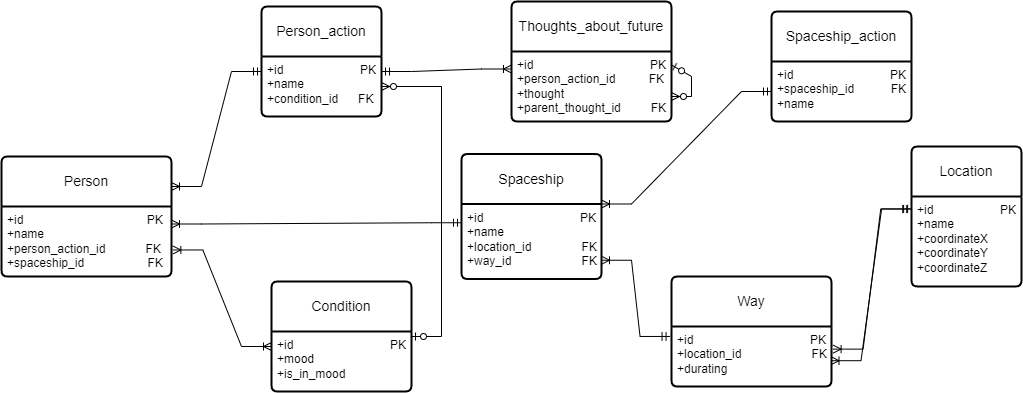
EgorovaVarvara/ITMO keeps this draw.io diagram as DataBases/lab1/InfologicDiagram.drawio.png. Above is the earlier version. Source tidied: cells renumbered, new cells last; positions are measured from the earlier drawing's top-left corner, leaving out a move shared by most shapes. The source it was exported from:
```xml
<mxGraphModel>
  <root>
    <mxCell id="0" />
    <mxCell id="1" parent="0" />
    <mxCell id="2" value="Person" style="swimlane;horizontal=1;startSize=50;rounded=1;fontSize=14;fontStyle=0;strokeWidth=2;shadow=0;dashed=0;align=center;arcSize=4;whiteSpace=wrap;html=1;" parent="1" vertex="1">
      <mxGeometry y="155" width="170" height="120" as="geometry" />
    </mxCell>
    <mxCell id="3" value="+id&amp;nbsp; &amp;nbsp; &amp;nbsp; &amp;nbsp; &amp;nbsp; &amp;nbsp; &amp;nbsp; &amp;nbsp; &amp;nbsp; &amp;nbsp; &amp;nbsp; &amp;nbsp; &amp;nbsp; &amp;nbsp; &amp;nbsp; &amp;nbsp; &amp;nbsp; &amp;nbsp; &amp;nbsp;PK&lt;br&gt;+name&lt;br&gt;+person_action_id&amp;nbsp; &amp;nbsp; &amp;nbsp; &amp;nbsp; &amp;nbsp; &amp;nbsp; FK&lt;br&gt;+spaceship_id&amp;nbsp; &amp;nbsp; &amp;nbsp; &amp;nbsp; &amp;nbsp; &amp;nbsp; &amp;nbsp; &amp;nbsp; &amp;nbsp; &amp;nbsp;FK" style="align=left;strokeColor=none;fillColor=none;spacingLeft=4;fontSize=12;verticalAlign=top;html=1;" parent="2" vertex="1">
      <mxGeometry y="50" width="170" height="70" as="geometry" />
    </mxCell>
    <mxCell id="4" style="edgeStyle=orthogonalEdgeStyle;rounded=0;orthogonalLoop=1;jettySize=auto;html=1;exitX=0.5;exitY=1;exitDx=0;exitDy=0;" parent="2" edge="1" source="3" target="3">
      <mxGeometry relative="1" as="geometry" />
    </mxCell>
    <mxCell id="5" value="Person_action" style="swimlane;horizontal=1;startSize=50;rounded=1;fontSize=14;fontStyle=0;strokeWidth=2;shadow=0;dashed=0;align=center;arcSize=4;whiteSpace=wrap;html=1;" parent="1" vertex="1">
      <mxGeometry x="260" y="5" width="120" height="110" as="geometry" />
    </mxCell>
    <mxCell id="6" value="+id&amp;nbsp; &amp;nbsp; &amp;nbsp; &amp;nbsp; &amp;nbsp; &amp;nbsp; &amp;nbsp; &amp;nbsp; &amp;nbsp; &amp;nbsp; &amp;nbsp; &amp;nbsp;PK&lt;br&gt;+name&lt;br&gt;+condition_id&amp;nbsp; &amp;nbsp; &amp;nbsp; FK&amp;nbsp; &amp;nbsp;" style="align=left;strokeColor=none;fillColor=none;spacingLeft=4;fontSize=12;verticalAlign=top;html=1;" parent="5" vertex="1">
      <mxGeometry y="50" width="120" height="60" as="geometry" />
    </mxCell>
    <mxCell id="7" value="Condition" style="swimlane;horizontal=1;startSize=50;rounded=1;fontSize=14;fontStyle=0;strokeWidth=2;shadow=0;dashed=0;align=center;arcSize=4;whiteSpace=wrap;html=1;" parent="1" vertex="1">
      <mxGeometry x="270" y="280" width="140" height="110" as="geometry" />
    </mxCell>
    <mxCell id="8" value="+id&amp;nbsp; &amp;nbsp; &amp;nbsp; &amp;nbsp; &amp;nbsp; &amp;nbsp; &amp;nbsp; &amp;nbsp; &amp;nbsp; &amp;nbsp; &amp;nbsp; &amp;nbsp; &amp;nbsp; &amp;nbsp; &amp;nbsp;PK&lt;br&gt;+mood&lt;br&gt;+is_in_mood" style="align=left;strokeColor=none;fillColor=none;spacingLeft=4;fontSize=12;verticalAlign=top;html=1;" parent="7" vertex="1">
      <mxGeometry y="50" width="140" height="60" as="geometry" />
    </mxCell>
    <mxCell id="9" value="Location" style="swimlane;horizontal=1;startSize=50;rounded=1;fontSize=14;fontStyle=0;strokeWidth=2;shadow=0;dashed=0;align=center;arcSize=4;whiteSpace=wrap;html=1;" parent="1" vertex="1">
      <mxGeometry x="910" y="145" width="110" height="140" as="geometry" />
    </mxCell>
    <mxCell id="10" value="+id&amp;nbsp; &amp;nbsp; &amp;nbsp; &amp;nbsp; &amp;nbsp; &amp;nbsp; &amp;nbsp; &amp;nbsp; &amp;nbsp; &amp;nbsp; PK&lt;br&gt;+name&lt;br&gt;+coordinateX&lt;br&gt;+coordinateY&lt;br&gt;+coordinateZ" style="align=left;strokeColor=none;fillColor=none;spacingLeft=4;fontSize=12;verticalAlign=top;html=1;" parent="9" vertex="1">
      <mxGeometry y="50" width="110" height="90" as="geometry" />
    </mxCell>
    <mxCell id="11" value="Spaceship" style="swimlane;horizontal=1;startSize=50;rounded=1;fontSize=14;fontStyle=0;strokeWidth=2;shadow=0;dashed=0;align=center;arcSize=4;whiteSpace=wrap;html=1;" parent="1" vertex="1">
      <mxGeometry x="460" y="152.5" width="140" height="125" as="geometry" />
    </mxCell>
    <mxCell id="12" value="+id&amp;nbsp; &amp;nbsp; &amp;nbsp; &amp;nbsp; &amp;nbsp; &amp;nbsp; &amp;nbsp; &amp;nbsp; &amp;nbsp; &amp;nbsp; &amp;nbsp; &amp;nbsp; &amp;nbsp; &amp;nbsp; &amp;nbsp;PK&lt;br&gt;+name&lt;br&gt;+location_id&amp;nbsp; &amp;nbsp; &amp;nbsp; &amp;nbsp; &amp;nbsp; &amp;nbsp; &amp;nbsp; &amp;nbsp;FK&lt;br&gt;+way_id&amp;nbsp; &amp;nbsp; &amp;nbsp; &amp;nbsp; &amp;nbsp; &amp;nbsp; &amp;nbsp; &amp;nbsp; &amp;nbsp; &amp;nbsp; &amp;nbsp;FK" style="align=left;strokeColor=none;fillColor=none;spacingLeft=4;fontSize=12;verticalAlign=top;html=1;" parent="11" vertex="1">
      <mxGeometry y="50" width="140" height="75" as="geometry" />
    </mxCell>
    <mxCell id="13" value="Spaceship_action" style="swimlane;horizontal=1;startSize=50;rounded=1;fontSize=14;fontStyle=0;strokeWidth=2;shadow=0;dashed=0;align=center;arcSize=4;whiteSpace=wrap;html=1;" parent="1" vertex="1">
      <mxGeometry x="770" y="10" width="140" height="110" as="geometry" />
    </mxCell>
    <mxCell id="14" value="+id&amp;nbsp; &amp;nbsp; &amp;nbsp; &amp;nbsp; &amp;nbsp; &amp;nbsp; &amp;nbsp; &amp;nbsp; &amp;nbsp; &amp;nbsp; &amp;nbsp; &amp;nbsp; &amp;nbsp; &amp;nbsp; &amp;nbsp;PK&lt;br&gt;+spaceship_id&amp;nbsp; &amp;nbsp; &amp;nbsp; &amp;nbsp; &amp;nbsp; &amp;nbsp;FK&lt;br&gt;+name" style="align=left;strokeColor=none;fillColor=none;spacingLeft=4;fontSize=12;verticalAlign=top;html=1;" parent="13" vertex="1">
      <mxGeometry y="50" width="140" height="60" as="geometry" />
    </mxCell>
    <mxCell id="15" style="edgeStyle=orthogonalEdgeStyle;rounded=0;orthogonalLoop=1;jettySize=auto;html=1;exitX=0.5;exitY=1;exitDx=0;exitDy=0;" parent="13" edge="1" source="14" target="14">
      <mxGeometry relative="1" as="geometry" />
    </mxCell>
    <mxCell id="16" style="edgeStyle=entityRelationEdgeStyle;fontSize=12;html=1;endArrow=ERoneToMany;startArrow=ERmandOne;rounded=0;entryX=1;entryY=0.25;entryDx=0;entryDy=0;exitX=0;exitY=0.25;exitDx=0;exitDy=0;" parent="1" edge="1" source="6" target="2">
      <mxGeometry relative="1" as="geometry">
        <Array as="points">
          <mxPoint x="410" y="135" />
        </Array>
      </mxGeometry>
    </mxCell>
    <mxCell id="17" style="edgeStyle=entityRelationEdgeStyle;fontSize=12;html=1;endArrow=ERoneToMany;startArrow=ERoneToMany;rounded=0;entryX=0;entryY=0.25;entryDx=0;entryDy=0;exitX=1.008;exitY=0.621;exitDx=0;exitDy=0;exitPerimeter=0;" parent="1" edge="1" source="3" target="8">
      <mxGeometry relative="1" as="geometry">
        <Array as="points">
          <mxPoint x="370" y="385" />
        </Array>
      </mxGeometry>
    </mxCell>
    <mxCell id="18" style="edgeStyle=entityRelationEdgeStyle;fontSize=12;html=1;endArrow=ERoneToMany;startArrow=ERmandOne;rounded=0;entryX=1;entryY=0;entryDx=0;entryDy=0;exitX=0;exitY=0.5;exitDx=0;exitDy=0;" parent="1" edge="1" source="14" target="12">
      <mxGeometry relative="1" as="geometry">
        <Array as="points">
          <mxPoint x="938.4" y="234.1" />
          <mxPoint x="1010" y="330.6" />
          <mxPoint x="990" y="260.6" />
        </Array>
      </mxGeometry>
    </mxCell>
    <mxCell id="19" value="Thoughts_about_future" style="swimlane;horizontal=1;startSize=50;rounded=1;fontSize=14;fontStyle=0;strokeWidth=2;shadow=0;dashed=0;align=center;arcSize=4;whiteSpace=wrap;html=1;" parent="1" vertex="1">
      <mxGeometry x="510" width="160" height="120" as="geometry" />
    </mxCell>
    <mxCell id="20" value="+id&amp;nbsp; &amp;nbsp; &amp;nbsp; &amp;nbsp; &amp;nbsp; &amp;nbsp; &amp;nbsp; &amp;nbsp; &amp;nbsp; &amp;nbsp; &amp;nbsp; &amp;nbsp; &amp;nbsp; &amp;nbsp; &amp;nbsp; &amp;nbsp; &amp;nbsp; &amp;nbsp;PK&lt;br&gt;+person_action_id&amp;nbsp; &amp;nbsp; &amp;nbsp; &amp;nbsp; &amp;nbsp; FK&lt;br&gt;+thought&lt;br&gt;+parent_thought_id&amp;nbsp; &amp;nbsp; &amp;nbsp; &amp;nbsp; &amp;nbsp;FK" style="align=left;strokeColor=none;fillColor=none;spacingLeft=4;fontSize=12;verticalAlign=top;html=1;" parent="19" vertex="1">
      <mxGeometry y="50" width="160" height="70" as="geometry" />
    </mxCell>
    <mxCell id="21" style="edgeStyle=entityRelationEdgeStyle;fontSize=12;html=1;endArrow=ERzeroToMany;startArrow=ERzeroToOne;rounded=0;exitX=0.998;exitY=0.19;exitDx=0;exitDy=0;exitPerimeter=0;" parent="19" edge="1" source="20" target="20">
      <mxGeometry relative="1" as="geometry" />
    </mxCell>
    <mxCell id="22" style="edgeStyle=entityRelationEdgeStyle;fontSize=12;html=1;endArrow=ERoneToMany;startArrow=ERmandOne;rounded=0;entryX=0;entryY=0.25;entryDx=0;entryDy=0;exitX=1;exitY=0.25;exitDx=0;exitDy=0;" parent="1" edge="1" source="6" target="20">
      <mxGeometry relative="1" as="geometry" />
    </mxCell>
    <mxCell id="23" style="edgeStyle=entityRelationEdgeStyle;fontSize=12;html=1;endArrow=ERoneToMany;startArrow=ERmandOne;rounded=0;exitX=0;exitY=0.25;exitDx=0;exitDy=0;entryX=1;entryY=0.25;entryDx=0;entryDy=0;" parent="1" edge="1" source="12" target="3">
      <mxGeometry relative="1" as="geometry" />
    </mxCell>
    <mxCell id="24" style="edgeStyle=entityRelationEdgeStyle;fontSize=12;html=1;endArrow=ERzeroToMany;startArrow=ERzeroToOne;rounded=0;entryX=1;entryY=0.5;entryDx=0;entryDy=0;" parent="1" edge="1" source="7" target="6">
      <mxGeometry relative="1" as="geometry" />
    </mxCell>
    <mxCell id="25" value="Way" style="swimlane;horizontal=1;startSize=50;rounded=1;fontSize=14;fontStyle=0;strokeWidth=2;shadow=0;dashed=0;align=center;arcSize=4;whiteSpace=wrap;html=1;" parent="1" vertex="1">
      <mxGeometry x="670" y="275" width="160" height="110" as="geometry" />
    </mxCell>
    <mxCell id="26" value="+id&amp;nbsp; &amp;nbsp; &amp;nbsp; &amp;nbsp; &amp;nbsp; &amp;nbsp; &amp;nbsp; &amp;nbsp; &amp;nbsp; &amp;nbsp; &amp;nbsp; &amp;nbsp; &amp;nbsp; &amp;nbsp; &amp;nbsp; &amp;nbsp; &amp;nbsp; &amp;nbsp;PK&lt;br&gt;+location_id&amp;nbsp; &amp;nbsp; &amp;nbsp; &amp;nbsp; &amp;nbsp;&amp;nbsp;&amp;nbsp; &amp;nbsp; &amp;nbsp; &amp;nbsp; &amp;nbsp; &amp;nbsp;FK&lt;br&gt;+durating" style="align=left;strokeColor=none;fillColor=none;spacingLeft=4;fontSize=12;verticalAlign=top;html=1;" parent="25" vertex="1">
      <mxGeometry y="50" width="160" height="60" as="geometry" />
    </mxCell>
    <mxCell id="27" style="edgeStyle=entityRelationEdgeStyle;fontSize=12;html=1;endArrow=ERoneToMany;startArrow=ERmandOne;rounded=0;exitX=-0.009;exitY=0.166;exitDx=0;exitDy=0;exitPerimeter=0;entryX=1;entryY=0.75;entryDx=0;entryDy=0;" parent="1" edge="1" source="26" target="12">
      <mxGeometry relative="1" as="geometry" />
    </mxCell>
    <mxCell id="28" style="edgeStyle=entityRelationEdgeStyle;fontSize=12;html=1;endArrow=ERoneToMany;startArrow=ERmandOne;rounded=0;entryX=1.01;entryY=0.377;entryDx=0;entryDy=0;entryPerimeter=0;exitX=-0.007;exitY=0.14;exitDx=0;exitDy=0;exitPerimeter=0;" parent="1" edge="1" source="10" target="26">
      <mxGeometry relative="1" as="geometry" />
    </mxCell>
    <mxCell id="29" style="edgeStyle=entityRelationEdgeStyle;fontSize=12;html=1;endArrow=ERoneToMany;startArrow=ERmandOne;rounded=0;exitX=0.001;exitY=0.137;exitDx=0;exitDy=0;entryX=0.997;entryY=0.57;entryDx=0;entryDy=0;entryPerimeter=0;exitPerimeter=0;" parent="1" edge="1" source="10" target="26">
      <mxGeometry relative="1" as="geometry" />
    </mxCell>
  </root>
</mxGraphModel>
```
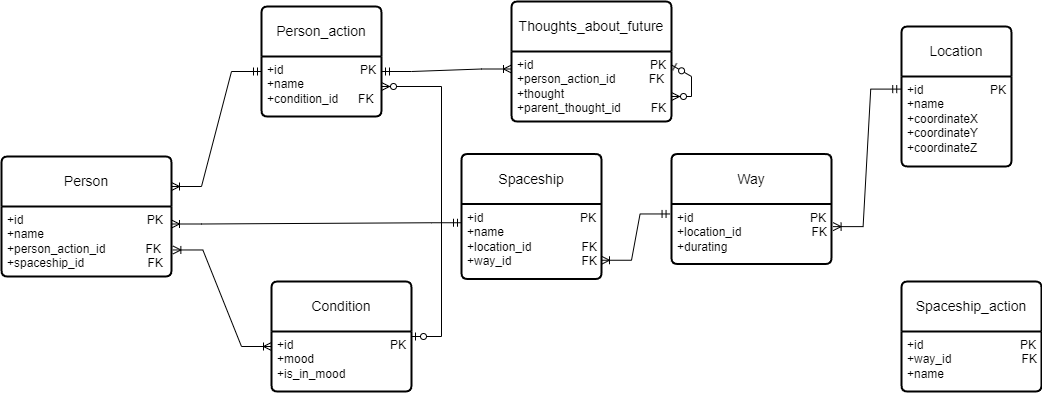
The same diagram one commit later.

Diff of the diagram source:
```diff
@@ -24,7 +24,7 @@
       <mxGeometry y="50" width="140" height="60" as="geometry" />
     </mxCell>
     <mxCell id="9" value="Location" style="swimlane;horizontal=1;startSize=50;rounded=1;fontSize=14;fontStyle=0;strokeWidth=2;shadow=0;dashed=0;align=center;arcSize=4;whiteSpace=wrap;html=1;" parent="1" vertex="1">
-      <mxGeometry x="910" y="145" width="110" height="140" as="geometry" />
+      <mxGeometry x="900" y="25" width="110" height="140" as="geometry" />
     </mxCell>
     <mxCell id="10" value="+id&amp;nbsp; &amp;nbsp; &amp;nbsp; &amp;nbsp; &amp;nbsp; &amp;nbsp; &amp;nbsp; &amp;nbsp; &amp;nbsp; &amp;nbsp; PK&lt;br&gt;+name&lt;br&gt;+coordinateX&lt;br&gt;+coordinateY&lt;br&gt;+coordinateZ" style="align=left;strokeColor=none;fillColor=none;spacingLeft=4;fontSize=12;verticalAlign=top;html=1;" parent="9" vertex="1">
       <mxGeometry y="50" width="110" height="90" as="geometry" />
@@ -36,9 +36,9 @@
       <mxGeometry y="50" width="140" height="75" as="geometry" />
     </mxCell>
     <mxCell id="13" value="Spaceship_action" style="swimlane;horizontal=1;startSize=50;rounded=1;fontSize=14;fontStyle=0;strokeWidth=2;shadow=0;dashed=0;align=center;arcSize=4;whiteSpace=wrap;html=1;" parent="1" vertex="1">
-      <mxGeometry x="770" y="10" width="140" height="110" as="geometry" />
+      <mxGeometry x="900" y="280" width="140" height="110" as="geometry" />
     </mxCell>
-    <mxCell id="14" value="+id&amp;nbsp; &amp;nbsp; &amp;nbsp; &amp;nbsp; &amp;nbsp; &amp;nbsp; &amp;nbsp; &amp;nbsp; &amp;nbsp; &amp;nbsp; &amp;nbsp; &amp;nbsp; &amp;nbsp; &amp;nbsp; &amp;nbsp;PK&lt;br&gt;+spaceship_id&amp;nbsp; &amp;nbsp; &amp;nbsp; &amp;nbsp; &amp;nbsp; &amp;nbsp;FK&lt;br&gt;+name" style="align=left;strokeColor=none;fillColor=none;spacingLeft=4;fontSize=12;verticalAlign=top;html=1;" parent="13" vertex="1">
+    <mxCell id="14" value="+id&amp;nbsp; &amp;nbsp; &amp;nbsp; &amp;nbsp; &amp;nbsp; &amp;nbsp; &amp;nbsp; &amp;nbsp; &amp;nbsp; &amp;nbsp; &amp;nbsp; &amp;nbsp; &amp;nbsp; &amp;nbsp; &amp;nbsp;PK&lt;br&gt;+way_id&amp;nbsp; &amp;nbsp; &amp;nbsp; &amp;nbsp; &amp;nbsp; &amp;nbsp; &amp;nbsp; &amp;nbsp; &amp;nbsp; &amp;nbsp; &amp;nbsp;FK&lt;br&gt;+name" style="align=left;strokeColor=none;fillColor=none;spacingLeft=4;fontSize=12;verticalAlign=top;html=1;" parent="13" vertex="1">
       <mxGeometry y="50" width="140" height="60" as="geometry" />
     </mxCell>
     <mxCell id="15" style="edgeStyle=orthogonalEdgeStyle;rounded=0;orthogonalLoop=1;jettySize=auto;html=1;exitX=0.5;exitY=1;exitDx=0;exitDy=0;" parent="13" edge="1" source="14" target="14">
@@ -58,15 +58,6 @@
         </Array>
       </mxGeometry>
     </mxCell>
-    <mxCell id="18" style="edgeStyle=entityRelationEdgeStyle;fontSize=12;html=1;endArrow=ERoneToMany;startArrow=ERmandOne;rounded=0;entryX=1;entryY=0;entryDx=0;entryDy=0;exitX=0;exitY=0.5;exitDx=0;exitDy=0;" parent="1" edge="1" source="14" target="12">
-      <mxGeometry relative="1" as="geometry">
-        <Array as="points">
-          <mxPoint x="938.4" y="234.1" />
-          <mxPoint x="1010" y="330.6" />
-          <mxPoint x="990" y="260.6" />
-        </Array>
-      </mxGeometry>
-    </mxCell>
     <mxCell id="19" value="Thoughts_about_future" style="swimlane;horizontal=1;startSize=50;rounded=1;fontSize=14;fontStyle=0;strokeWidth=2;shadow=0;dashed=0;align=center;arcSize=4;whiteSpace=wrap;html=1;" parent="1" vertex="1">
       <mxGeometry x="510" width="160" height="120" as="geometry" />
     </mxCell>
@@ -86,7 +77,7 @@
       <mxGeometry relative="1" as="geometry" />
     </mxCell>
     <mxCell id="25" value="Way" style="swimlane;horizontal=1;startSize=50;rounded=1;fontSize=14;fontStyle=0;strokeWidth=2;shadow=0;dashed=0;align=center;arcSize=4;whiteSpace=wrap;html=1;" parent="1" vertex="1">
-      <mxGeometry x="670" y="275" width="160" height="110" as="geometry" />
+      <mxGeometry x="670" y="152.5" width="160" height="110" as="geometry" />
     </mxCell>
     <mxCell id="26" value="+id&amp;nbsp; &amp;nbsp; &amp;nbsp; &amp;nbsp; &amp;nbsp; &amp;nbsp; &amp;nbsp; &amp;nbsp; &amp;nbsp; &amp;nbsp; &amp;nbsp; &amp;nbsp; &amp;nbsp; &amp;nbsp; &amp;nbsp; &amp;nbsp; &amp;nbsp; &amp;nbsp;PK&lt;br&gt;+location_id&amp;nbsp; &amp;nbsp; &amp;nbsp; &amp;nbsp; &amp;nbsp;&amp;nbsp;&amp;nbsp; &amp;nbsp; &amp;nbsp; &amp;nbsp; &amp;nbsp; &amp;nbsp;FK&lt;br&gt;+durating" style="align=left;strokeColor=none;fillColor=none;spacingLeft=4;fontSize=12;verticalAlign=top;html=1;" parent="25" vertex="1">
       <mxGeometry y="50" width="160" height="60" as="geometry" />
@@ -97,8 +88,5 @@
     <mxCell id="28" style="edgeStyle=entityRelationEdgeStyle;fontSize=12;html=1;endArrow=ERoneToMany;startArrow=ERmandOne;rounded=0;entryX=1.01;entryY=0.377;entryDx=0;entryDy=0;entryPerimeter=0;exitX=-0.007;exitY=0.14;exitDx=0;exitDy=0;exitPerimeter=0;" parent="1" edge="1" source="10" target="26">
       <mxGeometry relative="1" as="geometry" />
     </mxCell>
-    <mxCell id="29" style="edgeStyle=entityRelationEdgeStyle;fontSize=12;html=1;endArrow=ERoneToMany;startArrow=ERmandOne;rounded=0;exitX=0.001;exitY=0.137;exitDx=0;exitDy=0;entryX=0.997;entryY=0.57;entryDx=0;entryDy=0;entryPerimeter=0;exitPerimeter=0;" parent="1" edge="1" source="10" target="26">
-      <mxGeometry relative="1" as="geometry" />
-    </mxCell>
   </root>
 </mxGraphModel>
```
